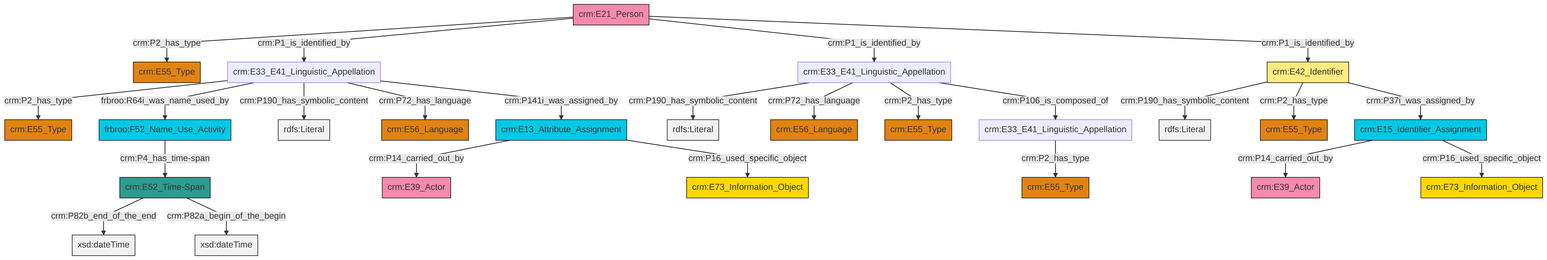
swiss-art-research-net/reference-data-models keeps this Mermaid diagram as et/personCSV/ttl/mmd/png/Person_Names_and_Classification.png. Above is the earlier version. Its source is kept beside it as et/personCSV/ttl/mmd/Person_Names_and_Classification.ttl.mmd.
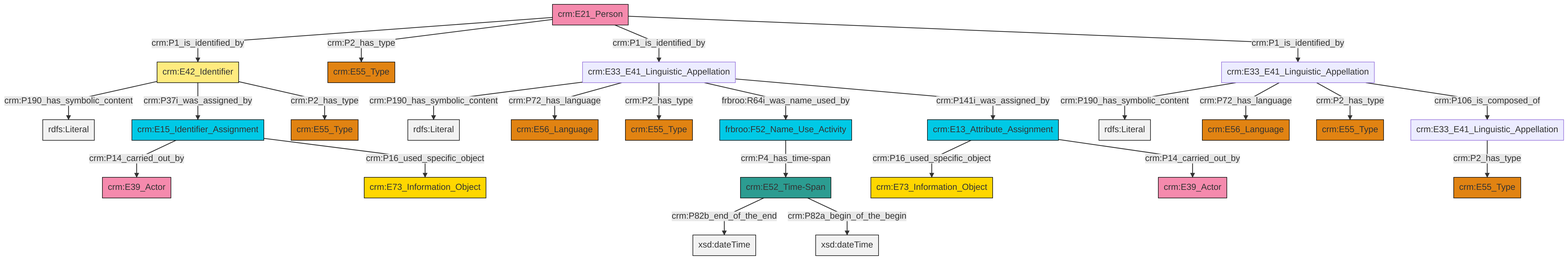
Later version of the same file.

The edit, as a diff of the source:
```diff
@@ -13,27 +13,27 @@
 classDef PC_Classes fill:#4ce600, stroke:#000000;
 classDef Multi fill:#cccccc,stroke:#000000;
 
-4["crm:E33_E41_Linguistic_Appellation"]:::Default -->|crm:P2_has_type| 2["crm:E55_Type"]:::Type
-6["crm:E15_Identifier_Assignment"]:::Temporal_Entity -->|crm:P14_carried_out_by| 0["crm:E39_Actor"]:::Actor
-4["crm:E33_E41_Linguistic_Appellation"]:::Default -->|frbroo:R64i_was_name_used_by| 7["frbroo:F52_Name_Use_Activity"]:::Temporal_Entity
-4["crm:E33_E41_Linguistic_Appellation"]:::Default -->|crm:P190_has_symbolic_content| 8[rdfs:Literal]:::Literal
-7["frbroo:F52_Name_Use_Activity"]:::Temporal_Entity -->|crm:P4_has_time-span| 13["crm:E52_Time-Span"]:::Time-Span
-14["crm:E33_E41_Linguistic_Appellation"]:::Default -->|crm:P2_has_type| 15["crm:E55_Type"]:::Type
-16["crm:E21_Person"]:::Actor -->|crm:P2_has_type| 17["crm:E55_Type"]:::Type
-9["crm:E33_E41_Linguistic_Appellation"]:::Default -->|crm:P190_has_symbolic_content| 20[rdfs:Literal]:::Literal
+2["crm:E33_E41_Linguistic_Appellation"]:::Default -->|crm:P190_has_symbolic_content| 3[rdfs:Literal]:::Literal
+4["crm:E33_E41_Linguistic_Appellation"]:::Default -->|crm:P190_has_symbolic_content| 5[rdfs:Literal]:::Literal
+9["crm:E15_Identifier_Assignment"]:::Temporal_Entity -->|crm:P14_carried_out_by| 10["crm:E39_Actor"]:::Actor
+16["crm:E21_Person"]:::Actor -->|crm:P1_is_identified_by| 17["crm:E42_Identifier"]:::Appellation
+4["crm:E33_E41_Linguistic_Appellation"]:::Default -->|crm:P72_has_language| 22["crm:E56_Language"]:::Type
+18["crm:E13_Attribute_Assignment"]:::Temporal_Entity -->|crm:P16_used_specific_object| 0["crm:E73_Information_Object"]:::Conceptual_Object
+4["crm:E33_E41_Linguistic_Appellation"]:::Default -->|crm:P2_has_type| 20["crm:E55_Type"]:::Type
+4["crm:E33_E41_Linguistic_Appellation"]:::Default -->|frbroo:R64i_was_name_used_by| 24["frbroo:F52_Name_Use_Activity"]:::Temporal_Entity
+2["crm:E33_E41_Linguistic_Appellation"]:::Default -->|crm:P72_has_language| 25["crm:E56_Language"]:::Type
+24["frbroo:F52_Name_Use_Activity"]:::Temporal_Entity -->|crm:P4_has_time-span| 26["crm:E52_Time-Span"]:::Time-Span
+26["crm:E52_Time-Span"]:::Time-Span -->|crm:P82b_end_of_the_end| 28[xsd:dateTime]:::Literal
+2["crm:E33_E41_Linguistic_Appellation"]:::Default -->|crm:P2_has_type| 29["crm:E55_Type"]:::Type
+31["crm:E33_E41_Linguistic_Appellation"]:::Default -->|crm:P2_has_type| 14["crm:E55_Type"]:::Type
+2["crm:E33_E41_Linguistic_Appellation"]:::Default -->|crm:P106_is_composed_of| 31["crm:E33_E41_Linguistic_Appellation"]:::Default
+16["crm:E21_Person"]:::Actor -->|crm:P2_has_type| 7["crm:E55_Type"]:::Type
+17["crm:E42_Identifier"]:::Appellation -->|crm:P190_has_symbolic_content| 36[rdfs:Literal]:::Literal
 16["crm:E21_Person"]:::Actor -->|crm:P1_is_identified_by| 4["crm:E33_E41_Linguistic_Appellation"]:::Default
-26["crm:E42_Identifier"]:::Appellation -->|crm:P190_has_symbolic_content| 30[rdfs:Literal]:::Literal
-13["crm:E52_Time-Span"]:::Time-Span -->|crm:P82b_end_of_the_end| 31[xsd:dateTime]:::Literal
-26["crm:E42_Identifier"]:::Appellation -->|crm:P2_has_type| 24["crm:E55_Type"]:::Type
-32["crm:E13_Attribute_Assignment"]:::Temporal_Entity -->|crm:P14_carried_out_by| 33["crm:E39_Actor"]:::Actor
-13["crm:E52_Time-Span"]:::Time-Span -->|crm:P82a_begin_of_the_begin| 34[xsd:dateTime]:::Literal
-32["crm:E13_Attribute_Assignment"]:::Temporal_Entity -->|crm:P16_used_specific_object| 11["crm:E73_Information_Object"]:::Conceptual_Object
-6["crm:E15_Identifier_Assignment"]:::Temporal_Entity -->|crm:P16_used_specific_object| 28["crm:E73_Information_Object"]:::Conceptual_Object
-9["crm:E33_E41_Linguistic_Appellation"]:::Default -->|crm:P72_has_language| 18["crm:E56_Language"]:::Type
-9["crm:E33_E41_Linguistic_Appellation"]:::Default -->|crm:P2_has_type| 39["crm:E55_Type"]:::Type
-16["crm:E21_Person"]:::Actor -->|crm:P1_is_identified_by| 9["crm:E33_E41_Linguistic_Appellation"]:::Default
-4["crm:E33_E41_Linguistic_Appellation"]:::Default -->|crm:P72_has_language| 21["crm:E56_Language"]:::Type
-4["crm:E33_E41_Linguistic_Appellation"]:::Default -->|crm:P141i_was_assigned_by| 32["crm:E13_Attribute_Assignment"]:::Temporal_Entity
-16["crm:E21_Person"]:::Actor -->|crm:P1_is_identified_by| 26["crm:E42_Identifier"]:::Appellation
-26["crm:E42_Identifier"]:::Appellation -->|crm:P37i_was_assigned_by| 6["crm:E15_Identifier_Assignment"]:::Temporal_Entity
-9["crm:E33_E41_Linguistic_Appellation"]:::Default -->|crm:P106_is_composed_of| 14["crm:E33_E41_Linguistic_Appellation"]:::Default
+26["crm:E52_Time-Span"]:::Time-Span -->|crm:P82a_begin_of_the_begin| 39[xsd:dateTime]:::Literal
+17["crm:E42_Identifier"]:::Appellation -->|crm:P37i_was_assigned_by| 9["crm:E15_Identifier_Assignment"]:::Temporal_Entity
+9["crm:E15_Identifier_Assignment"]:::Temporal_Entity -->|crm:P16_used_specific_object| 32["crm:E73_Information_Object"]:::Conceptual_Object
+4["crm:E33_E41_Linguistic_Appellation"]:::Default -->|crm:P141i_was_assigned_by| 18["crm:E13_Attribute_Assignment"]:::Temporal_Entity
+16["crm:E21_Person"]:::Actor -->|crm:P1_is_identified_by| 2["crm:E33_E41_Linguistic_Appellation"]:::Default
+17["crm:E42_Identifier"]:::Appellation -->|crm:P2_has_type| 42["crm:E55_Type"]:::Type
+18["crm:E13_Attribute_Assignment"]:::Temporal_Entity -->|crm:P14_carried_out_by| 11["crm:E39_Actor"]:::Actor
```
